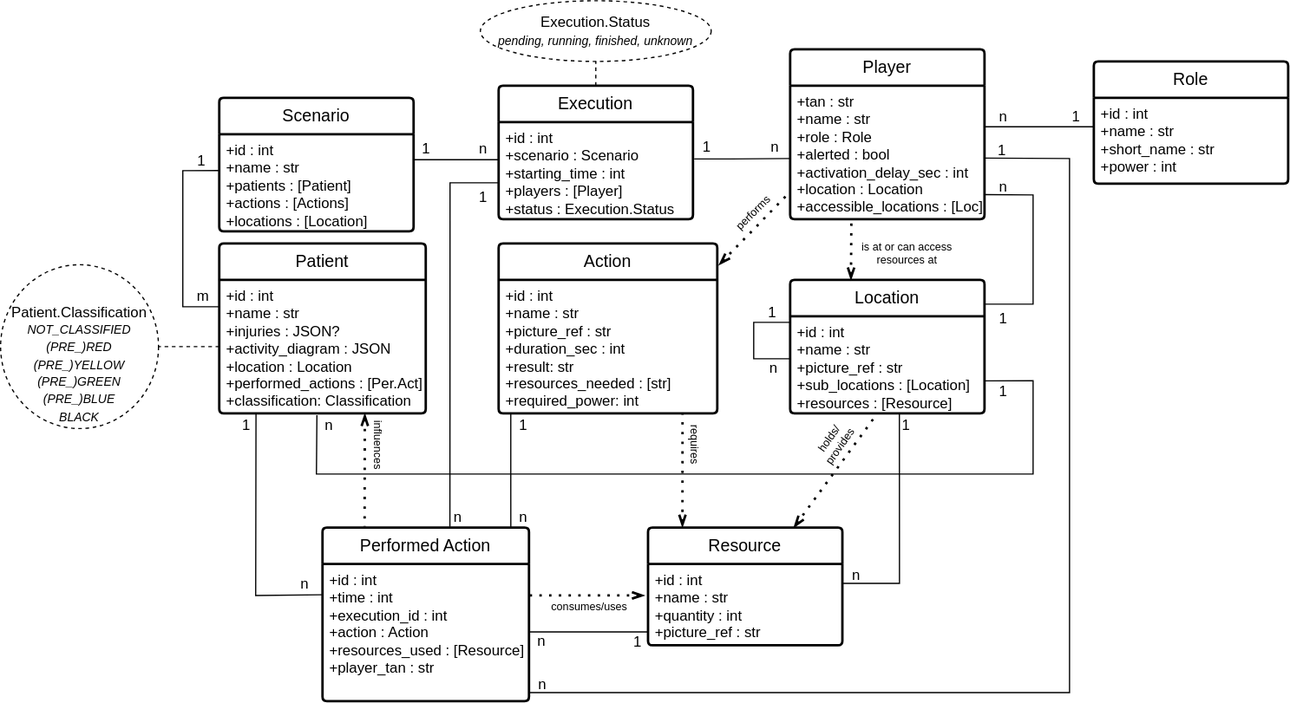
Before: doc/server/entity/entity_relation_runtime.svg, a diagram exported from draw.io (MANVSim/MANVSim). Source tidied: cells renumbered, new cells last; positions are measured from the earlier drawing's top-left corner, leaving out a move shared by most shapes.
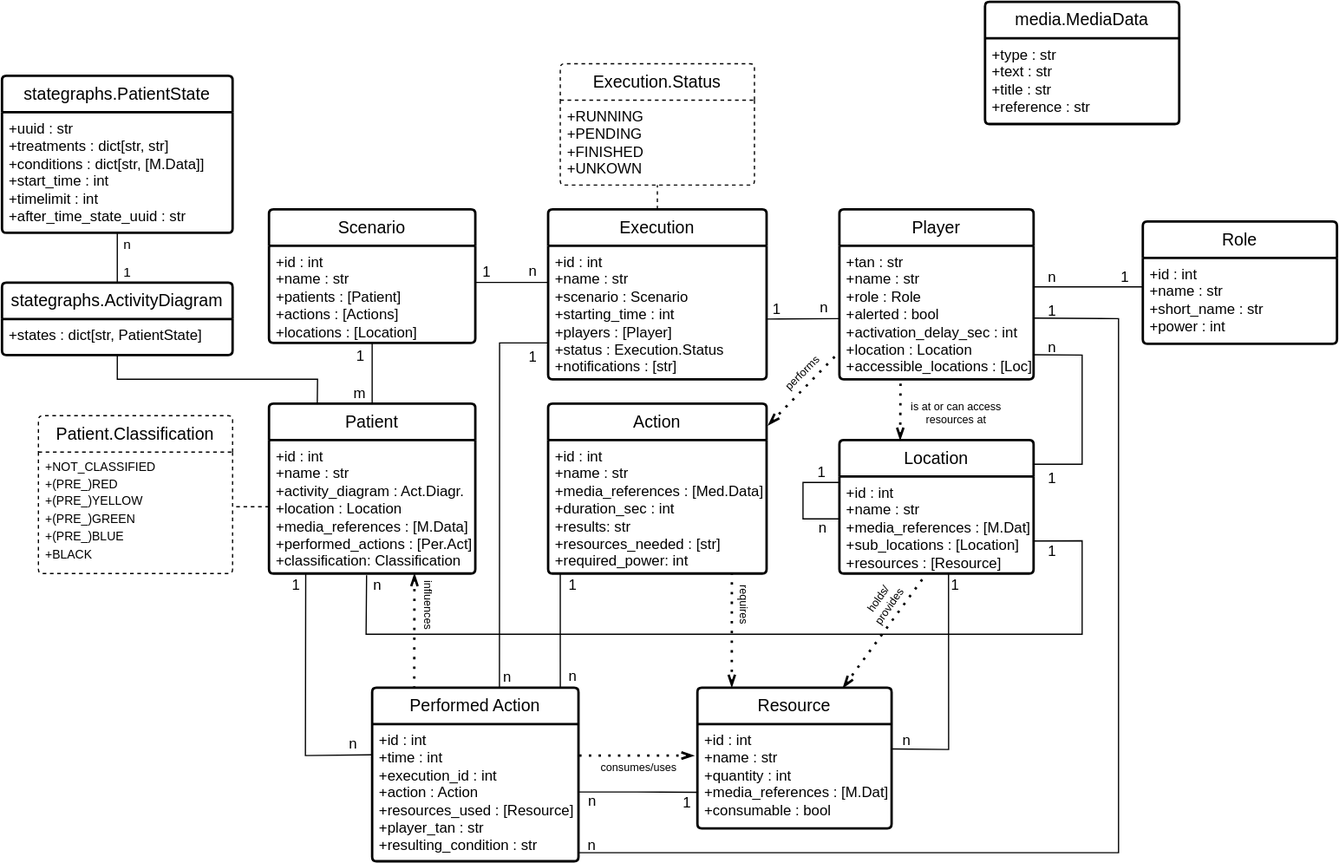
The same diagram one commit later.

Diff of the diagram source:
```diff
@@ -5,6 +5,6 @@
     <mxCell id="2" value="Scenario" style="swimlane;horizontal=1;startSize=30;rounded=1;fontSize=14;fontStyle=0;strokeWidth=2;shadow=0;dashed=0;align=center;arcSize=4;whiteSpace=wrap;html=1;" parent="1" vertex="1">
-      <mxGeometry x="180" y="80" width="160" height="110" as="geometry" />
+      <mxGeometry x="180" y="40" width="170" height="110" as="geometry" />
     </mxCell>
     <mxCell id="3" value="+id : int&lt;div&gt;+name : str&lt;br&gt;&lt;/div&gt;&lt;div&gt;+patients : [Patient]&lt;/div&gt;&lt;div&gt;+actions : [Actions]&lt;/div&gt;&lt;div&gt;+locations : [Location]&lt;/div&gt;" style="align=left;strokeColor=none;fillColor=none;spacingLeft=4;fontSize=12;verticalAlign=top;html=1;" parent="2" vertex="1">
-      <mxGeometry y="30" width="160" height="80" as="geometry" />
+      <mxGeometry y="30" width="170" height="80" as="geometry" />
     </mxCell>
@@ -13,10 +13,10 @@
     </mxCell>
-    <mxCell id="5" value="+id : int&lt;div&gt;+name : str&lt;br&gt;&lt;/div&gt;&lt;div&gt;+injuries : JSON?&lt;/div&gt;&lt;div&gt;+activity_diagram : JSON&lt;/div&gt;&lt;div&gt;+location : Location&lt;/div&gt;&lt;div&gt;+performed_actions : [Per.Act]&lt;/div&gt;&lt;div&gt;+classification: Classification&lt;/div&gt;" style="align=left;strokeColor=none;fillColor=none;spacingLeft=4;fontSize=12;verticalAlign=top;html=1;" parent="4" vertex="1">
+    <mxCell id="5" value="+id : int&lt;div&gt;+name : str&lt;/div&gt;&lt;div&gt;+activity_diagram : Act.Diagr.&lt;/div&gt;&lt;div&gt;+location : Location&lt;/div&gt;&lt;div&gt;+media_references : [M.Data]&lt;/div&gt;&lt;div&gt;+performed_actions : [Per.Act]&lt;/div&gt;&lt;div&gt;+classification: Classification&lt;/div&gt;" style="align=left;strokeColor=none;fillColor=none;spacingLeft=4;fontSize=12;verticalAlign=top;html=1;" parent="4" vertex="1">
       <mxGeometry y="30" width="170" height="110" as="geometry" />
     </mxCell>
-    <mxCell id="6" style="endArrow=none;html=1;rounded=0;entryX=0.003;entryY=0.374;entryDx=0;entryDy=0;exitX=-0.001;exitY=0.201;exitDx=0;exitDy=0;exitPerimeter=0;entryPerimeter=0;" parent="1" edge="1" source="5" target="3">
+    <mxCell id="6" style="endArrow=none;html=1;rounded=0;entryX=0.5;entryY=1;entryDx=0;entryDy=0;exitX=0.5;exitY=0;exitDx=0;exitDy=0;" parent="1" edge="1" source="4" target="3">
       <mxGeometry relative="1" as="geometry">
         <Array as="points">
-          <mxPoint x="150" y="252" />
-          <mxPoint x="150" y="140" />
+          <mxPoint x="265" y="180" />
+          <mxPoint x="265" y="170" />
         </Array>
@@ -26,3 +26,3 @@
       <mxGeometry x="-1" relative="1" as="geometry">
-        <mxPoint x="-20" as="offset" />
+        <mxPoint x="-17" as="offset" />
       </mxGeometry>
@@ -31,3 +31,3 @@
       <mxGeometry x="1" relative="1" as="geometry">
-        <mxPoint x="-10" as="offset" />
+        <mxPoint x="-5" y="20" as="offset" />
       </mxGeometry>
@@ -37,3 +37,3 @@
     </mxCell>
-    <mxCell id="10" value="+id : int&lt;div&gt;+name : str&lt;br&gt;&lt;/div&gt;&lt;div&gt;+picture_ref : str&lt;/div&gt;&lt;div&gt;+duration_sec : int&lt;/div&gt;&lt;div&gt;+result: str&lt;/div&gt;&lt;div&gt;+resources_needed : [str]&lt;/div&gt;&lt;div&gt;+required_power: int&lt;/div&gt;" style="align=left;strokeColor=none;fillColor=none;spacingLeft=4;fontSize=12;verticalAlign=top;html=1;" parent="9" vertex="1">
+    <mxCell id="10" value="+id : int&lt;div&gt;+name : str&lt;br&gt;&lt;/div&gt;&lt;div&gt;+media_references : [Med.Data]&lt;/div&gt;&lt;div&gt;+duration_sec : int&lt;/div&gt;&lt;div&gt;+results: str&lt;/div&gt;&lt;div&gt;+resources_needed : [str]&lt;/div&gt;&lt;div&gt;+required_power: int&lt;/div&gt;" style="align=left;strokeColor=none;fillColor=none;spacingLeft=4;fontSize=12;verticalAlign=top;html=1;" parent="9" vertex="1">
       <mxGeometry y="30" width="180" height="110" as="geometry" />
@@ -41,6 +41,6 @@
     <mxCell id="11" value="Execution" style="swimlane;horizontal=1;startSize=30;rounded=1;fontSize=14;fontStyle=0;strokeWidth=2;shadow=0;dashed=0;align=center;arcSize=4;whiteSpace=wrap;html=1;" parent="1" vertex="1">
-      <mxGeometry x="410" y="70" width="160" height="110" as="geometry" />
+      <mxGeometry x="410" y="40" width="180" height="140" as="geometry" />
     </mxCell>
-    <mxCell id="12" value="&lt;div&gt;+id : int&lt;/div&gt;&lt;div&gt;+scenario : Scenario&lt;/div&gt;&lt;div&gt;+starting_time : int&lt;/div&gt;&lt;div&gt;+players : [Player]&lt;/div&gt;&lt;div&gt;+status : Execution.Status&lt;/div&gt;" style="align=left;strokeColor=none;fillColor=none;spacingLeft=4;fontSize=12;verticalAlign=top;html=1;" parent="11" vertex="1">
-      <mxGeometry y="30" width="160" height="80" as="geometry" />
+    <mxCell id="12" value="&lt;div&gt;+id : int&lt;/div&gt;&lt;div&gt;+name : str&lt;/div&gt;&lt;div&gt;+scenario : Scenario&lt;/div&gt;&lt;div&gt;+starting_time : int&lt;/div&gt;&lt;div&gt;+players : [Player]&lt;/div&gt;&lt;div&gt;+status : Execution.Status&lt;/div&gt;&lt;div&gt;+notifications : [str]&lt;/div&gt;" style="align=left;strokeColor=none;fillColor=none;spacingLeft=4;fontSize=12;verticalAlign=top;html=1;" parent="11" vertex="1">
+      <mxGeometry y="30" width="180" height="110" as="geometry" />
     </mxCell>
@@ -54,6 +54,6 @@
       <mxGeometry relative="1" as="geometry">
-        <mxPoint x="340" y="131" as="sourcePoint" />
-        <mxPoint x="410" y="131" as="targetPoint" />
+        <mxPoint x="350" y="100.2" as="sourcePoint" />
+        <mxPoint x="410" y="100.2" as="targetPoint" />
         <Array as="points">
-          <mxPoint x="365" y="131" />
+          <mxPoint x="365" y="100.2" />
         </Array>
@@ -67,3 +67,3 @@
     <mxCell id="17" value="1" style="html=1;whiteSpace=wrap;align=right;verticalAlign=bottom;" parent="1" vertex="1">
-      <mxGeometry x="355" y="130" as="geometry" />
+      <mxGeometry x="364" y="100.3" as="geometry" />
     </mxCell>
@@ -72,3 +72,3 @@
     </mxCell>
-    <mxCell id="19" value="+id : int&lt;div&gt;+name : str&lt;br&gt;&lt;/div&gt;&lt;div&gt;+&lt;span style=&quot;background-color: initial;&quot;&gt;picture_ref : str&amp;nbsp;&lt;/span&gt;&lt;/div&gt;&lt;div&gt;+sub_&lt;span style=&quot;background-color: initial;&quot;&gt;locations : [Location]&lt;/span&gt;&lt;/div&gt;&lt;div&gt;&lt;span style=&quot;background-color: initial;&quot;&gt;+resources : [Resource]&lt;/span&gt;&lt;/div&gt;" style="align=left;strokeColor=none;fillColor=none;spacingLeft=4;fontSize=12;verticalAlign=top;html=1;" parent="18" vertex="1">
+    <mxCell id="19" value="+id : int&lt;div&gt;+name : str&lt;br&gt;&lt;/div&gt;&lt;div&gt;+media&lt;span style=&quot;background-color: initial;&quot;&gt;_references : [M.Dat]&amp;nbsp;&lt;/span&gt;&lt;/div&gt;&lt;div&gt;+sub_&lt;span style=&quot;background-color: initial;&quot;&gt;locations : [Location]&lt;/span&gt;&lt;/div&gt;&lt;div&gt;&lt;span style=&quot;background-color: initial;&quot;&gt;+resources : [Resource]&lt;/span&gt;&lt;/div&gt;" style="align=left;strokeColor=none;fillColor=none;spacingLeft=4;fontSize=12;verticalAlign=top;html=1;" parent="18" vertex="1">
       <mxGeometry y="30" width="160" height="80" as="geometry" />
@@ -76,6 +76,6 @@
     <mxCell id="20" value="Resource" style="swimlane;horizontal=1;startSize=30;rounded=1;fontSize=14;fontStyle=0;strokeWidth=2;shadow=0;dashed=0;align=center;arcSize=4;whiteSpace=wrap;html=1;" parent="1" vertex="1">
-      <mxGeometry x="533" y="434.1" width="160" height="97" as="geometry" />
+      <mxGeometry x="533" y="434.1" width="160" height="115.9" as="geometry" />
     </mxCell>
-    <mxCell id="21" value="+id : int&lt;div&gt;+name : str&lt;div&gt;+quantity : int&lt;/div&gt;&lt;/div&gt;&lt;div&gt;+picture_ref : str&lt;br&gt;&lt;/div&gt;" style="align=left;strokeColor=none;fillColor=none;spacingLeft=4;fontSize=12;verticalAlign=top;html=1;" parent="20" vertex="1">
-      <mxGeometry y="30" width="160" height="67" as="geometry" />
+    <mxCell id="21" value="+id : int&lt;div&gt;+name : str&lt;div&gt;+quantity : int&lt;/div&gt;&lt;/div&gt;&lt;div&gt;+media_references : [M.Dat]&lt;br&gt;&lt;/div&gt;&lt;div&gt;+consumable : bool&lt;/div&gt;" style="align=left;strokeColor=none;fillColor=none;spacingLeft=4;fontSize=12;verticalAlign=top;html=1;" parent="20" vertex="1">
+      <mxGeometry y="30" width="160" height="85.9" as="geometry" />
     </mxCell>
@@ -114,3 +114,3 @@
         <Array as="points">
-          <mxPoint x="740" y="480" />
+          <mxPoint x="740" y="485" />
         </Array>
@@ -143,5 +143,4 @@
     </mxCell>
-    <mxCell id="33" style="endArrow=none;html=1;rounded=0;exitX=1.002;exitY=0.349;exitDx=0;exitDy=0;exitPerimeter=0;" parent="1" edge="1">
+    <mxCell id="33" style="endArrow=none;html=1;rounded=0;exitX=0.999;exitY=0.549;exitDx=0;exitDy=0;exitPerimeter=0;" parent="1" edge="1" source="12">
       <mxGeometry relative="1" as="geometry">
-        <mxPoint x="571" y="130.3" as="sourcePoint" />
         <mxPoint x="650" y="130" as="targetPoint" />
@@ -158,3 +157,3 @@
     <mxCell id="35" value="1" style="html=1;whiteSpace=wrap;align=right;verticalAlign=bottom;" parent="1" vertex="1">
-      <mxGeometry x="586" y="129.3" as="geometry" />
+      <mxGeometry x="603" y="131" as="geometry" />
     </mxCell>
@@ -194,3 +193,3 @@
     </mxCell>
-    <mxCell id="46" value="+id : int&lt;div&gt;+time : int&lt;br&gt;&lt;/div&gt;&lt;div&gt;+execution_id : int&lt;/div&gt;&lt;div&gt;+action : Action&lt;/div&gt;&lt;div&gt;+resources_used : [Resource]&lt;/div&gt;&lt;div&gt;+player_tan : str&lt;/div&gt;" style="align=left;strokeColor=none;fillColor=none;spacingLeft=4;fontSize=12;verticalAlign=top;html=1;" parent="45" vertex="1">
+    <mxCell id="46" value="+id : int&lt;div&gt;+time : int&lt;br&gt;&lt;/div&gt;&lt;div&gt;+execution_id : int&lt;/div&gt;&lt;div&gt;+action : Action&lt;/div&gt;&lt;div&gt;+resources_used : [Resource]&lt;/div&gt;&lt;div&gt;+player_tan : str&lt;/div&gt;&lt;div&gt;+resulting_condition : str&lt;/div&gt;" style="align=left;strokeColor=none;fillColor=none;spacingLeft=4;fontSize=12;verticalAlign=top;html=1;" parent="45" vertex="1">
       <mxGeometry y="30" width="170" height="113" as="geometry" />
@@ -278,9 +277,6 @@
     </mxCell>
-    <mxCell id="63" value="Execution.Status&lt;br&gt;&lt;i&gt;&lt;font style=&quot;font-size: 10px;&quot;&gt;pending, running, finished, unknown&lt;/font&gt;&lt;/i&gt;" style="ellipse;whiteSpace=wrap;html=1;align=center;dashed=1;" parent="1" vertex="1">
-      <mxGeometry x="395" width="190" height="50" as="geometry" />
-    </mxCell>
-    <mxCell id="64" style="endArrow=none;dashed=1;html=1;rounded=0;exitX=0.5;exitY=0;exitDx=0;exitDy=0;entryX=0.5;entryY=1;entryDx=0;entryDy=0;" parent="1" edge="1" source="11" target="63">
+    <mxCell id="64" style="endArrow=none;dashed=1;html=1;rounded=0;exitX=0.5;exitY=0;exitDx=0;exitDy=0;entryX=0.5;entryY=1;entryDx=0;entryDy=0;" parent="1" edge="1" source="11" target="76">
       <mxGeometry relative="1" as="geometry" />
     </mxCell>
-    <mxCell id="65" style="endArrow=none;html=1;rounded=0;entryX=0.997;entryY=0.495;entryDx=0;entryDy=0;exitX=0.002;exitY=0.835;exitDx=0;exitDy=0;exitPerimeter=0;entryPerimeter=0;" parent="1" edge="1" source="21" target="46">
+    <mxCell id="65" style="endArrow=none;html=1;rounded=0;entryX=0.997;entryY=0.495;entryDx=0;entryDy=0;exitX=0.004;exitY=0.654;exitDx=0;exitDy=0;exitPerimeter=0;entryPerimeter=0;" parent="1" edge="1" source="21" target="46">
       <mxGeometry relative="1" as="geometry">
@@ -314,8 +310,58 @@
     </mxCell>
-    <mxCell id="73" value="&lt;div&gt;&lt;br&gt;&lt;/div&gt;&lt;div&gt;&lt;br&gt;&lt;/div&gt;Patient.Classification&lt;br&gt;&lt;span style=&quot;font-size: 10px;&quot;&gt;&lt;i&gt;NOT_CLASSIFIED&lt;/i&gt;&lt;/span&gt;&lt;div&gt;&lt;span style=&quot;font-size: 10px;&quot;&gt;&lt;i&gt;(PRE_)RED&lt;/i&gt;&lt;/span&gt;&lt;/div&gt;&lt;div&gt;&lt;i style=&quot;font-size: 10px;&quot;&gt;(PRE_)YELLOW&lt;/i&gt;&lt;br&gt;&lt;/div&gt;&lt;div&gt;&lt;i style=&quot;font-size: 10px;&quot;&gt;(PRE_)GREEN&lt;/i&gt;&lt;i style=&quot;font-size: 10px;&quot;&gt;&lt;br&gt;&lt;/i&gt;&lt;/div&gt;&lt;div&gt;&lt;i style=&quot;font-size: 10px;&quot;&gt;(PRE_)BLUE&lt;/i&gt;&lt;i style=&quot;font-size: 10px;&quot;&gt;&lt;br&gt;&lt;/i&gt;&lt;/div&gt;&lt;div&gt;&lt;i style=&quot;font-size: 10px;&quot;&gt;BLACK&lt;/i&gt;&lt;/div&gt;" style="ellipse;whiteSpace=wrap;html=1;align=center;dashed=1;" parent="1" vertex="1">
-      <mxGeometry y="217.5" width="130" height="135" as="geometry" />
-    </mxCell>
-    <mxCell id="74" style="endArrow=none;dashed=1;html=1;rounded=0;exitX=0;exitY=0.5;exitDx=0;exitDy=0;entryX=1;entryY=0.5;entryDx=0;entryDy=0;" parent="1" edge="1" source="5" target="73">
-      <mxGeometry relative="1" as="geometry" />
+    <mxCell id="74" style="endArrow=none;dashed=1;html=1;rounded=0;exitX=0;exitY=0.5;exitDx=0;exitDy=0;" parent="1" edge="1" source="5">
+      <mxGeometry relative="1" as="geometry">
+        <mxPoint x="150" y="285" as="targetPoint" />
+      </mxGeometry>
     </mxCell>
+    <mxCell id="75" value="&lt;font style=&quot;font-size: 14px;&quot;&gt;Execution.Status&lt;/font&gt;" style="swimlane;horizontal=1;startSize=30;rounded=1;fontSize=12;fontStyle=0;strokeWidth=1;shadow=0;dashed=1;align=center;arcSize=4;whiteSpace=wrap;html=1;" parent="1" vertex="1">
+      <mxGeometry x="420" y="-80" width="160" height="100" as="geometry" />
+    </mxCell>
+    <mxCell id="76" value="&lt;font style=&quot;font-size: 12px;&quot;&gt;+RUNNING&lt;/font&gt;&lt;div style=&quot;font-size: 12px;&quot;&gt;&lt;font style=&quot;font-size: 12px;&quot;&gt;+PENDING&lt;/font&gt;&lt;/div&gt;&lt;div style=&quot;font-size: 12px;&quot;&gt;&lt;font style=&quot;font-size: 12px;&quot;&gt;+FINISHED&lt;/font&gt;&lt;/div&gt;&lt;div style=&quot;font-size: 12px;&quot;&gt;&lt;font style=&quot;font-size: 12px;&quot;&gt;+UNKOWN&lt;/font&gt;&lt;/div&gt;" style="align=left;strokeColor=none;fillColor=none;spacingLeft=4;fontSize=10;verticalAlign=top;html=1;" parent="75" vertex="1">
+      <mxGeometry y="30" width="160" height="70" as="geometry" />
+    </mxCell>
+    <mxCell id="77" value="&lt;font style=&quot;font-size: 14px;&quot;&gt;Patient.Classification&lt;/font&gt;" style="swimlane;horizontal=1;startSize=30;rounded=1;fontSize=12;fontStyle=0;strokeWidth=1;shadow=0;dashed=1;align=center;arcSize=4;whiteSpace=wrap;html=1;" parent="1" vertex="1">
+      <mxGeometry x="-10" y="210" width="160" height="130" as="geometry" />
+    </mxCell>
+    <mxCell id="78" value="&lt;span style=&quot;text-wrap: wrap;&quot;&gt;+NOT_CLASSIFIED&lt;/span&gt;&lt;div style=&quot;font-size: 12px; text-wrap: wrap;&quot;&gt;&lt;span style=&quot;font-size: 10px;&quot;&gt;+(PRE_)RED&lt;/span&gt;&lt;/div&gt;&lt;div style=&quot;font-size: 12px; text-wrap: wrap;&quot;&gt;&lt;span style=&quot;font-size: 10px;&quot;&gt;+(PRE_)YELLOW&lt;/span&gt;&lt;br&gt;&lt;/div&gt;&lt;div style=&quot;font-size: 12px; text-wrap: wrap;&quot;&gt;&lt;span style=&quot;font-size: 10px;&quot;&gt;+(PRE_)GREEN&lt;/span&gt;&lt;span style=&quot;font-size: 10px;&quot;&gt;&lt;br&gt;&lt;/span&gt;&lt;/div&gt;&lt;div style=&quot;font-size: 12px; text-wrap: wrap;&quot;&gt;&lt;span style=&quot;font-size: 10px;&quot;&gt;+(PRE_)BLUE&lt;/span&gt;&lt;span style=&quot;font-size: 10px;&quot;&gt;&lt;br&gt;&lt;/span&gt;&lt;/div&gt;&lt;div style=&quot;font-size: 12px; text-wrap: wrap;&quot;&gt;&lt;span style=&quot;font-size: 10px;&quot;&gt;+BLACK&lt;/span&gt;&lt;/div&gt;" style="align=left;strokeColor=none;fillColor=none;spacingLeft=4;fontSize=10;verticalAlign=top;html=1;" parent="77" vertex="1">
+      <mxGeometry y="30" width="160" height="100" as="geometry" />
+    </mxCell>
+    <mxCell id="79" value="media.MediaData" style="swimlane;horizontal=1;startSize=30;rounded=1;fontSize=14;fontStyle=0;strokeWidth=2;shadow=0;dashed=0;align=center;arcSize=4;whiteSpace=wrap;html=1;" parent="1" vertex="1">
+      <mxGeometry x="770" y="-131" width="160" height="100.7" as="geometry" />
+    </mxCell>
+    <mxCell id="80" value="+type : str&lt;div&gt;+text : str&lt;/div&gt;&lt;div&gt;+title : str&lt;/div&gt;&lt;div&gt;+reference : str&lt;/div&gt;" style="align=left;strokeColor=none;fillColor=none;spacingLeft=4;fontSize=12;verticalAlign=top;html=1;" parent="79" vertex="1">
+      <mxGeometry y="30" width="160" height="70.7" as="geometry" />
+    </mxCell>
+    <mxCell id="81" value="stategraphs.ActivityDiagram" style="swimlane;horizontal=1;startSize=30;rounded=1;fontSize=14;fontStyle=0;strokeWidth=2;shadow=0;dashed=0;align=center;arcSize=4;whiteSpace=wrap;html=1;" parent="1" vertex="1">
+      <mxGeometry x="-40" y="100.3" width="190" height="59.7" as="geometry" />
+    </mxCell>
+    <mxCell id="82" value="+states : dict[str, PatientState]" style="align=left;strokeColor=none;fillColor=none;spacingLeft=4;fontSize=12;verticalAlign=top;html=1;" parent="81" vertex="1">
+      <mxGeometry y="30" width="190" height="29.7" as="geometry" />
+    </mxCell>
+    <mxCell id="83" value="stategraphs.PatientState" style="swimlane;horizontal=1;startSize=30;rounded=1;fontSize=14;fontStyle=0;strokeWidth=2;shadow=0;dashed=0;align=center;arcSize=4;whiteSpace=wrap;html=1;" parent="1" vertex="1">
+      <mxGeometry x="-40" y="-70" width="190" height="129.3" as="geometry" />
+    </mxCell>
+    <mxCell id="84" value="+uuid : str&lt;div&gt;+treatments : dict[str, str]&lt;/div&gt;&lt;div&gt;+conditions : dict[str, [M.Data]]&lt;/div&gt;&lt;div&gt;+start_time : int&lt;/div&gt;&lt;div&gt;+timelimit : int&lt;/div&gt;&lt;div&gt;+after_time_state_uuid : str&lt;/div&gt;&lt;div&gt;&lt;br&gt;&lt;/div&gt;" style="align=left;strokeColor=none;fillColor=none;spacingLeft=4;fontSize=12;verticalAlign=top;html=1;" parent="83" vertex="1">
+      <mxGeometry y="30" width="190" height="99.3" as="geometry" />
+    </mxCell>
+    <mxCell id="85" style="endArrow=none;html=1;rounded=0;exitX=0.5;exitY=0;exitDx=0;exitDy=0;entryX=0.5;entryY=1;entryDx=0;entryDy=0;" parent="1" edge="1" source="81" target="84">
+      <mxGeometry relative="1" as="geometry" />
+    </mxCell>
+    <mxCell id="86" value="n" style="edgeLabel;html=1;align=center;verticalAlign=middle;" parent="85" vertex="1">
+      <mxGeometry x="0.52" y="1" relative="1" as="geometry">
+        <mxPoint x="9" as="offset" />
+      </mxGeometry>
+    </mxCell>
+    <mxCell id="87" value="1" style="edgeLabel;html=1;align=center;verticalAlign=middle;" parent="85" vertex="1">
+      <mxGeometry x="-0.59" relative="1" as="geometry">
+        <mxPoint x="8" as="offset" />
+      </mxGeometry>
+    </mxCell>
+    <mxCell id="88" style="endArrow=none;html=1;rounded=0;exitX=0.5;exitY=1;exitDx=0;exitDy=0;entryX=0.234;entryY=-0.004;entryDx=0;entryDy=0;entryPerimeter=0;" parent="1" edge="1" source="82" target="4">
+      <mxGeometry relative="1" as="geometry">
+        <Array as="points">
+          <mxPoint x="55" y="180" />
+          <mxPoint x="220" y="180" />
+        </Array>
+      </mxGeometry>
+    </mxCell>
   </root>
```
